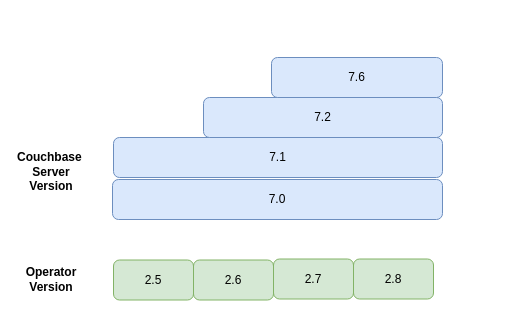
couchbase/docs-operator keeps this draw.io diagram as drawio-charts/cb-server-compat.drawio. Above is the earlier version. Source tidied: cells renumbered, new cells numbered last; positions are measured from the earlier drawing's top-left corner, leaving out a move shared by most shapes. Both pictures are drawn from the tidied source at 100%, with x=0, y=0 at pixel (31, 57).
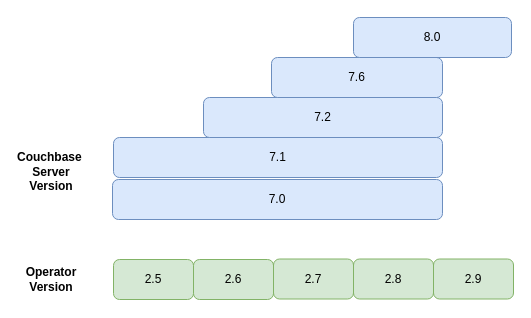
The same page after the edit.

Commit message (it also covers changes not shown here):
server compatibilities for 2.9

Change to the diagram source:
```diff
@@
 <mxGraphModel>
   <root>
     <mxCell id="0" />
     <mxCell id="1" parent="0" />
     <mxCell id="2" value="&lt;div&gt;&lt;br&gt;&lt;/div&gt;&lt;div&gt;&lt;b&gt;Couchbase&amp;nbsp;&lt;/b&gt;&lt;/div&gt;&lt;div&gt;&lt;b&gt;Server&lt;/b&gt;&lt;/div&gt;&lt;div&gt;&lt;b&gt;Version&lt;br&gt;&lt;/b&gt;&lt;/div&gt;" style="text;html=1;strokeColor=none;fillColor=none;align=center;verticalAlign=middle;whiteSpace=wrap;rounded=0;rotation=0;" parent="1" vertex="1">
       <mxGeometry y="97" width="40" height="20" as="geometry" />
     </mxCell>
     <mxCell id="3" value="&lt;div&gt;&lt;b&gt;Operator&lt;/b&gt;&lt;/div&gt;&lt;div&gt;&lt;b&gt;Version&lt;/b&gt;&lt;/div&gt;" style="text;html=1;strokeColor=none;fillColor=none;align=center;verticalAlign=middle;whiteSpace=wrap;rounded=0;rotation=0;" parent="1" vertex="1">
       <mxGeometry y="212" width="40" height="20" as="geometry" />
     </mxCell>
     <mxCell id="4" value="7.0" style="rounded=1;whiteSpace=wrap;html=1;fillColor=#dae8fc;strokeColor=#6c8ebf;" parent="1" vertex="1">
       <mxGeometry x="81" y="122" width="330" height="40" as="geometry" />
     </mxCell>
     <mxCell id="5" value="7.1" style="rounded=1;whiteSpace=wrap;html=1;fillColor=#dae8fc;strokeColor=#6c8ebf;" parent="1" vertex="1">
       <mxGeometry x="82" y="80" width="329" height="40" as="geometry" />
     </mxCell>
     <mxCell id="6" value="7.2" style="rounded=1;whiteSpace=wrap;html=1;fillColor=#dae8fc;strokeColor=#6c8ebf;" parent="1" vertex="1">
       <mxGeometry x="172" y="40" width="239" height="40" as="geometry" />
     </mxCell>
     <mxCell id="7" value="2.5" style="rounded=1;whiteSpace=wrap;html=1;fillColor=#d5e8d4;strokeColor=#82b366;" parent="1" vertex="1">
-      <mxGeometry x="82" y="202.5" width="80" height="40" as="geometry" />
+      <mxGeometry x="82" y="202" width="80" height="40" as="geometry" />
     </mxCell>
     <mxCell id="8" value="2.6" style="rounded=1;whiteSpace=wrap;html=1;fillColor=#d5e8d4;strokeColor=#82b366;" parent="1" vertex="1">
-      <mxGeometry x="162" y="202.5" width="80" height="40" as="geometry" />
+      <mxGeometry x="162" y="202" width="80" height="40" as="geometry" />
     </mxCell>
     <mxCell id="9" value="2.7" style="rounded=1;whiteSpace=wrap;html=1;fillColor=#d5e8d4;strokeColor=#82b366;" parent="1" vertex="1">
       <mxGeometry x="242" y="201.5" width="80" height="40" as="geometry" />
     </mxCell>
     <mxCell id="10" value="7.6" style="rounded=1;whiteSpace=wrap;html=1;fillColor=#dae8fc;strokeColor=#6c8ebf;" parent="1" vertex="1">
       <mxGeometry x="240" width="171" height="40" as="geometry" />
     </mxCell>
     <mxCell id="11" value="2.8" style="rounded=1;whiteSpace=wrap;html=1;fillColor=#d5e8d4;strokeColor=#82b366;" parent="1" vertex="1">
       <mxGeometry x="322" y="201.5" width="80" height="40" as="geometry" />
     </mxCell>
+    <mxCell id="12" value="8.0" style="rounded=1;whiteSpace=wrap;html=1;fillColor=#dae8fc;strokeColor=#6c8ebf;" parent="1" vertex="1">
+      <mxGeometry x="322" y="-40" width="158" height="40" as="geometry" />
+    </mxCell>
+    <mxCell id="13" value="2.9" style="rounded=1;whiteSpace=wrap;html=1;fillColor=#d5e8d4;strokeColor=#82b366;" parent="1" vertex="1">
+      <mxGeometry x="402" y="201.5" width="80" height="40" as="geometry" />
+    </mxCell>
   </root>
 </mxGraphModel>
```
